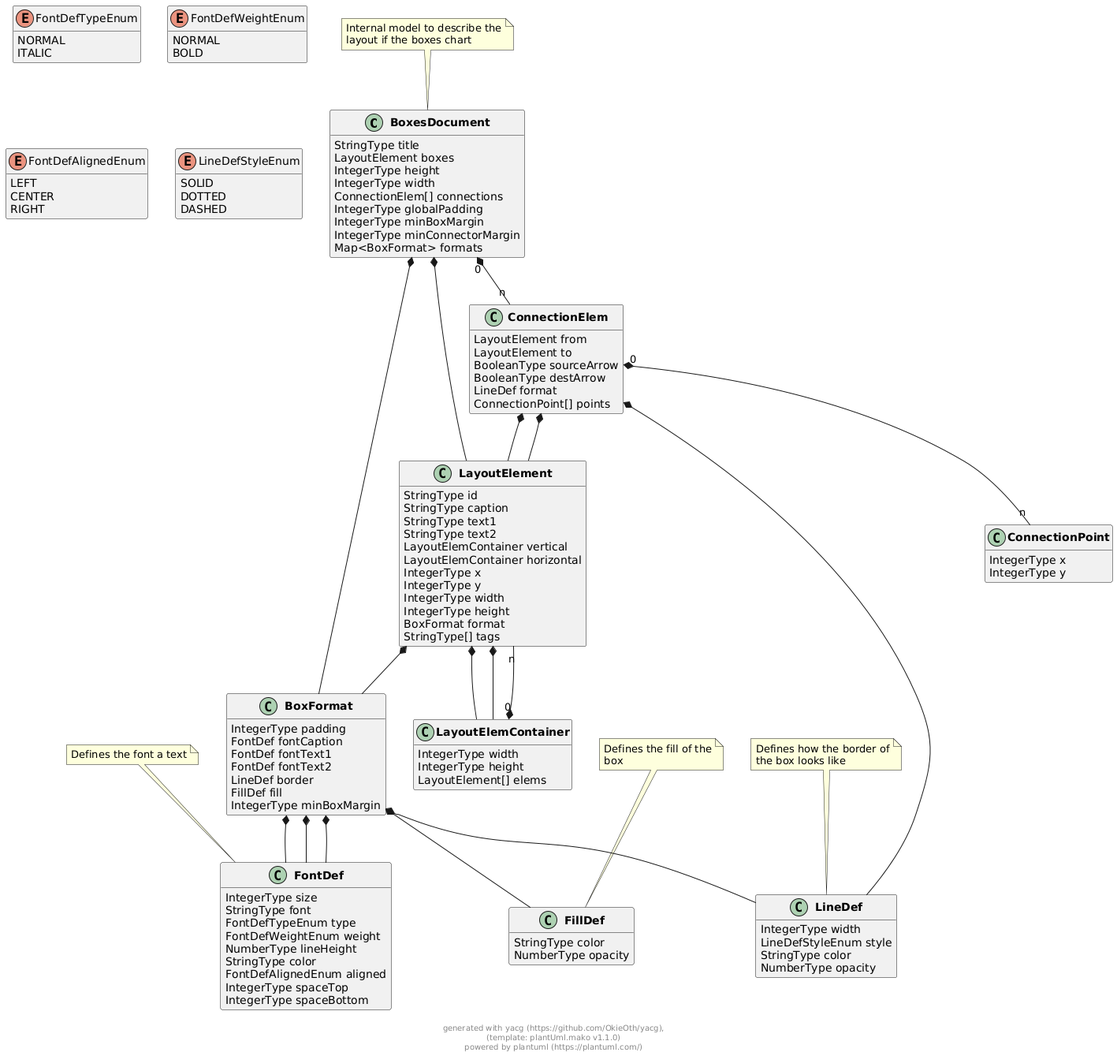
Earlier version of the PlantUML export docs/models/png/boxes_document.png (OkieOth/draw.chart.things).
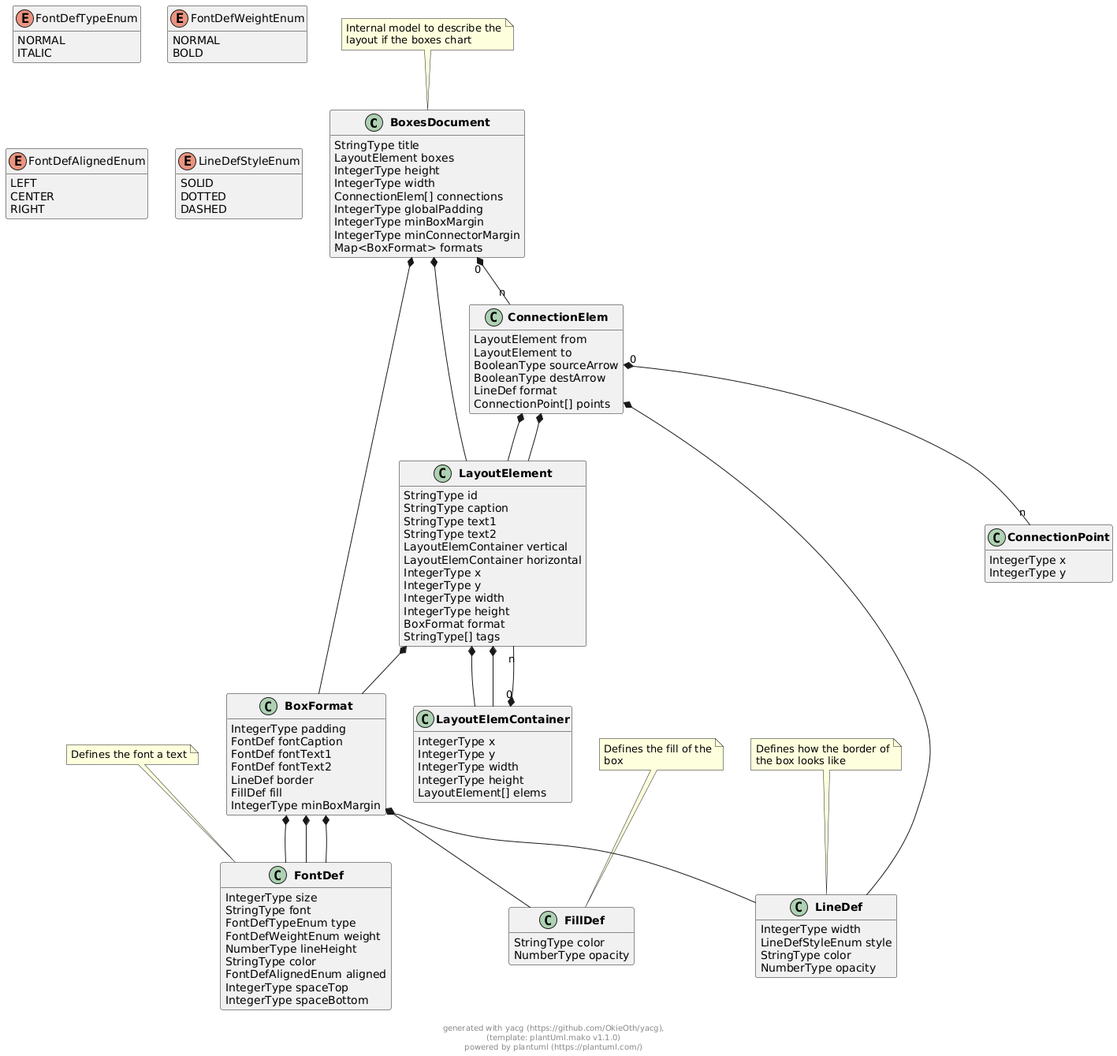
The same file after the commit.

The edit, as a diff of the source:
```diff
@@ -60,6 +60,8 @@
 
 
 class "**LayoutElemContainer**" as LayoutElemContainer {
+        IntegerType x
+        IntegerType y
         IntegerType width
         IntegerType height
         LayoutElement[] elems
@@ -187,6 +189,8 @@
 
 
 
+
+
 LayoutElemContainer "0" *-- "n" LayoutElement
 
 
```
